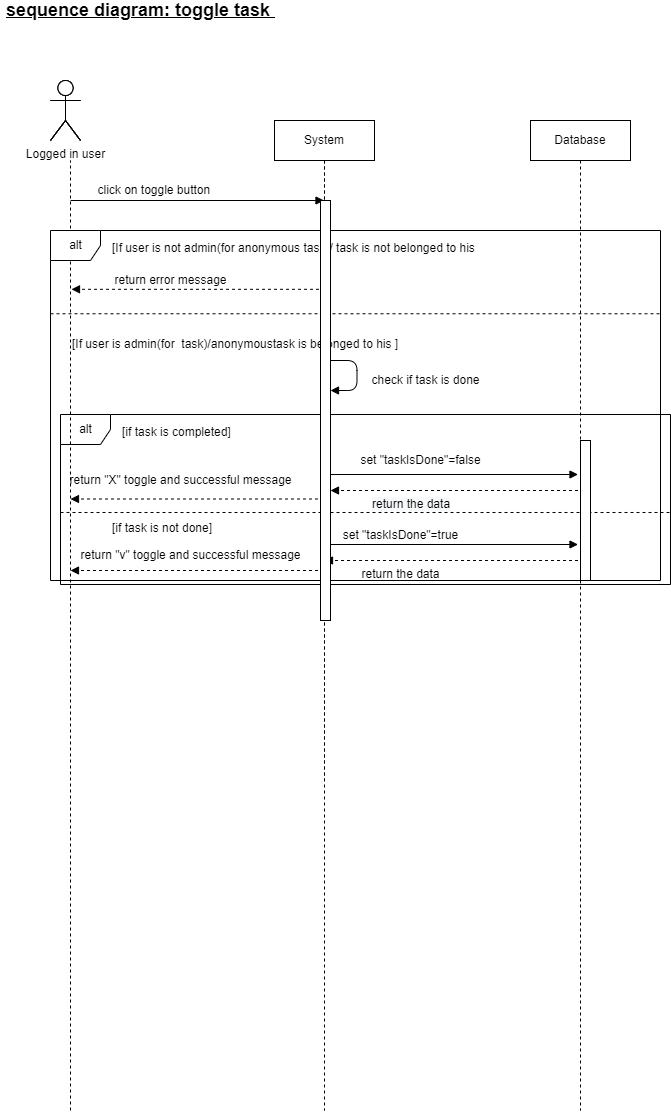
The draw.io diagram Document_diagrams/Diagrams/sequence diagrams/UML diagrams-sequence diagram_toggle.png in JENNYPCHEN/p8_to_do_and_co, before a commit. Source tidied: cells renumbered, new cells last; positions are measured from the earlier drawing's top-left corner, leaving out a move shared by most shapes.
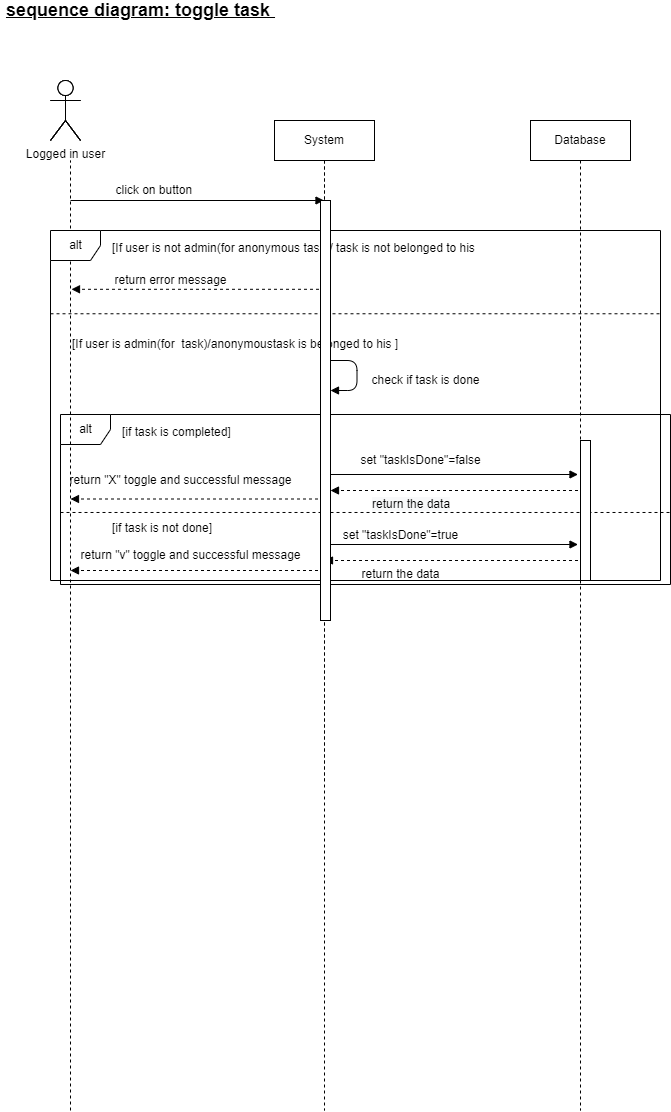
The same diagram one commit later.

Change to the diagram source:
```diff
@@ -98,8 +98,8 @@
         <mxPoint x="323.5" y="200" as="targetPoint" />
       </mxGeometry>
     </mxCell>
-    <mxCell id="24" value="click on toggle button&amp;nbsp;" style="text;html=1;align=center;verticalAlign=middle;strokeColor=none;" parent="1" vertex="1">
-      <mxGeometry x="90" y="180" width="130" height="20" as="geometry" />
+    <mxCell id="24" value="click on button&amp;nbsp;" style="text;html=1;align=center;verticalAlign=middle;strokeColor=none;" parent="1" vertex="1">
+      <mxGeometry x="105" y="180" width="100" height="20" as="geometry" />
     </mxCell>
     <mxCell id="25" value="alt" style="shape=umlFrame;tabWidth=110;tabHeight=30;tabPosition=left;html=1;boundedLbl=1;labelInHeader=1;width=50;height=30;labelBackgroundColor=#ffffff;" parent="1" vertex="1">
       <mxGeometry x="50" y="230" width="610" height="350" as="geometry" />
```
